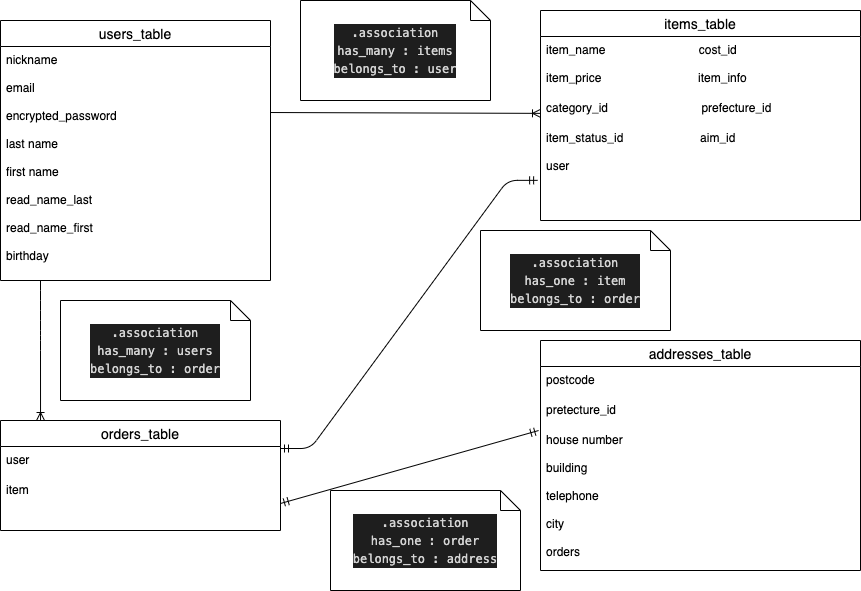
The draw.io diagram ER.png in stillho/furima-36860, before a commit. Source tidied: cells renumbered, new cells last; positions are measured from the earlier drawing's top-left corner, leaving out a move shared by most shapes.
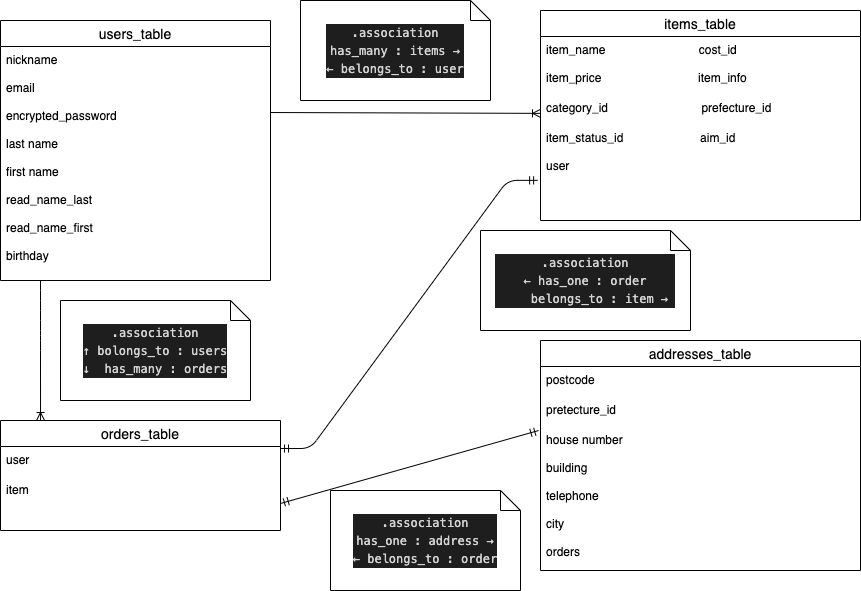
Above is the later version.

Diff of the diagram source:
```diff
@@ -63,16 +63,16 @@
     <mxCell id="19" style="fontSize=12;html=1;endArrow=ERmandOne;startArrow=ERmandOne;exitX=1;exitY=0.5;exitDx=0;exitDy=0;entryX=-0.006;entryY=0.028;entryDx=0;entryDy=0;entryPerimeter=0;" parent="1" edge="1" source="11" target="18">
       <mxGeometry relative="1" as="geometry" />
     </mxCell>
-    <mxCell id="20" value="&lt;div style=&quot;color: rgb(212 , 212 , 212) ; background-color: rgb(30 , 30 , 30) ; font-family: &amp;#34;menlo&amp;#34; , &amp;#34;monaco&amp;#34; , &amp;#34;courier new&amp;#34; , monospace ; line-height: 18px&quot;&gt;&lt;div&gt;.association&lt;/div&gt;&lt;div&gt;has_many : items&lt;/div&gt;&lt;div&gt;belongs_to : user&lt;/div&gt;&lt;/div&gt;" style="shape=note;size=20;whiteSpace=wrap;html=1;" parent="1" vertex="1">
+    <mxCell id="20" value="&lt;div style=&quot;color: rgb(212 , 212 , 212) ; background-color: rgb(30 , 30 , 30) ; font-family: &amp;#34;menlo&amp;#34; , &amp;#34;monaco&amp;#34; , &amp;#34;courier new&amp;#34; , monospace ; line-height: 18px&quot;&gt;&lt;div&gt;.association&lt;/div&gt;&lt;div&gt;has_many : items →&lt;/div&gt;&lt;div&gt;← belongs_to : user&lt;/div&gt;&lt;/div&gt;" style="shape=note;size=20;whiteSpace=wrap;html=1;" parent="1" vertex="1">
       <mxGeometry x="300" width="190" height="100" as="geometry" />
     </mxCell>
-    <mxCell id="21" value="&lt;div style=&quot;color: rgb(212 , 212 , 212) ; background-color: rgb(30 , 30 , 30) ; font-family: &amp;#34;menlo&amp;#34; , &amp;#34;monaco&amp;#34; , &amp;#34;courier new&amp;#34; , monospace ; line-height: 18px&quot;&gt;&lt;div&gt;.association&lt;/div&gt;&lt;div&gt;has_many : users&lt;/div&gt;&lt;div&gt;belongs_to : order&lt;/div&gt;&lt;/div&gt;" style="shape=note;size=20;whiteSpace=wrap;html=1;" parent="1" vertex="1">
+    <mxCell id="21" value="&lt;div style=&quot;color: rgb(212 , 212 , 212) ; background-color: rgb(30 , 30 , 30) ; font-family: &amp;#34;menlo&amp;#34; , &amp;#34;monaco&amp;#34; , &amp;#34;courier new&amp;#34; , monospace ; line-height: 18px&quot;&gt;&lt;div&gt;.association&lt;/div&gt;&lt;div&gt;↑ bolongs_to : users&lt;/div&gt;&lt;div&gt;↓&amp;nbsp; has_many : orders&lt;/div&gt;&lt;/div&gt;" style="shape=note;size=20;whiteSpace=wrap;html=1;" parent="1" vertex="1">
       <mxGeometry x="60" y="300" width="190" height="100" as="geometry" />
     </mxCell>
-    <mxCell id="22" value="&lt;div style=&quot;color: rgb(212 , 212 , 212) ; background-color: rgb(30 , 30 , 30) ; font-family: &amp;#34;menlo&amp;#34; , &amp;#34;monaco&amp;#34; , &amp;#34;courier new&amp;#34; , monospace ; line-height: 18px&quot;&gt;&lt;div&gt;.association&lt;/div&gt;&lt;div&gt;has_one : item&lt;/div&gt;&lt;div&gt;belongs_to : order&lt;/div&gt;&lt;/div&gt;" style="shape=note;size=20;whiteSpace=wrap;html=1;" parent="1" vertex="1">
-      <mxGeometry x="480" y="230" width="190" height="100" as="geometry" />
+    <mxCell id="22" value="&lt;div style=&quot;color: rgb(212 , 212 , 212) ; background-color: rgb(30 , 30 , 30) ; font-family: &amp;#34;menlo&amp;#34; , &amp;#34;monaco&amp;#34; , &amp;#34;courier new&amp;#34; , monospace ; line-height: 18px&quot;&gt;&lt;div&gt;.association&lt;/div&gt;&lt;div&gt;← has_one : order&lt;/div&gt;&lt;div&gt;&amp;nbsp; &amp;nbsp; &amp;nbsp;belongs_to : item →&amp;nbsp;&lt;/div&gt;&lt;/div&gt;" style="shape=note;size=20;whiteSpace=wrap;html=1;" parent="1" vertex="1">
+      <mxGeometry x="480" y="230" width="210" height="100" as="geometry" />
     </mxCell>
-    <mxCell id="23" value="&lt;div style=&quot;color: rgb(212 , 212 , 212) ; background-color: rgb(30 , 30 , 30) ; font-family: &amp;#34;menlo&amp;#34; , &amp;#34;monaco&amp;#34; , &amp;#34;courier new&amp;#34; , monospace ; line-height: 18px&quot;&gt;&lt;div&gt;.association&lt;/div&gt;&lt;div&gt;has_one : order&lt;/div&gt;&lt;div&gt;belongs_to : address&lt;/div&gt;&lt;/div&gt;" style="shape=note;size=20;whiteSpace=wrap;html=1;" parent="1" vertex="1">
+    <mxCell id="23" value="&lt;div style=&quot;color: rgb(212 , 212 , 212) ; background-color: rgb(30 , 30 , 30) ; font-family: &amp;#34;menlo&amp;#34; , &amp;#34;monaco&amp;#34; , &amp;#34;courier new&amp;#34; , monospace ; line-height: 18px&quot;&gt;&lt;div&gt;.association&lt;/div&gt;&lt;div&gt;has_one : address →&lt;/div&gt;&lt;div&gt;← belongs_to : order&lt;/div&gt;&lt;/div&gt;" style="shape=note;size=20;whiteSpace=wrap;html=1;" parent="1" vertex="1">
       <mxGeometry x="330" y="490" width="190" height="100" as="geometry" />
     </mxCell>
   </root>
```
